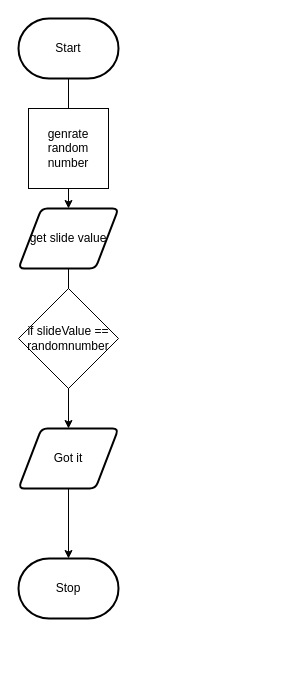
Before: design/flow-chart.drawio in brennan-lee/ICS2O-Unit5-01-HTML-Slider, a draw.io diagram. Source tidied: cells renumbered, new cells numbered last; positions are measured from the earlier drawing's top-left corner, leaving out a move shared by most shapes. Both pictures are drawn from the tidied source at 100%, with x=0, y=0 at pixel (18, 18).
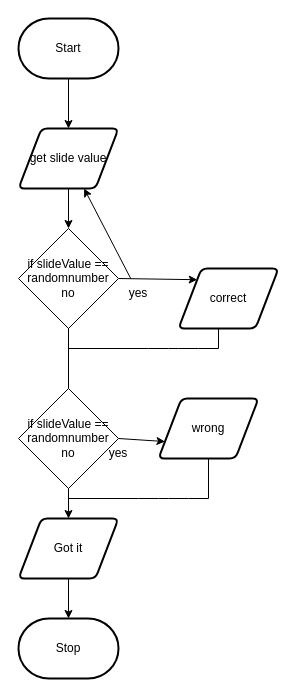
Above is the later version.

Commit message:
flow charttt

Diff of the diagram source:
```diff
@@
-    <mxCell id="4" style="edgeStyle=none;html=1;entryX=0.5;entryY=0;entryDx=0;entryDy=0;" parent="1" edge="1" source="5" target="7">
-      <mxGeometry relative="1" as="geometry" />
-    </mxCell>
+    <mxCell id="11" style="edgeStyle=none;html=1;entryX=0.5;entryY=0;entryDx=0;entryDy=0;" parent="1" edge="1" source="5" target="10">
+      <mxGeometry relative="1" as="geometry" />
+    </mxCell>
     <mxCell id="5" value="get slide value" style="shape=parallelogram;html=1;strokeWidth=2;perimeter=parallelogramPerimeter;whiteSpace=wrap;rounded=1;arcSize=12;size=0.23;" parent="1" vertex="1">
-      <mxGeometry y="190" width="100" height="60" as="geometry" />
+      <mxGeometry y="110" width="100" height="60" as="geometry" />
     </mxCell>
@@
     <mxCell id="7" value="Got it" style="shape=parallelogram;html=1;strokeWidth=2;perimeter=parallelogramPerimeter;whiteSpace=wrap;rounded=1;arcSize=12;size=0.23;" parent="1" vertex="1">
-      <mxGeometry y="410" width="100" height="60" as="geometry" />
+      <mxGeometry y="500" width="100" height="60" as="geometry" />
     </mxCell>
     <mxCell id="8" value="Stop" style="strokeWidth=2;html=1;shape=mxgraph.flowchart.terminator;whiteSpace=wrap;" parent="1" vertex="1">
-      <mxGeometry y="540" width="100" height="60" as="geometry" />
+      <mxGeometry y="600" width="100" height="60" as="geometry" />
     </mxCell>
-    <mxCell id="9" value="genrate random number" style="whiteSpace=wrap;html=1;" parent="1" vertex="1">
-      <mxGeometry x="10" y="90" width="80" height="80" as="geometry" />
-    </mxCell>
+    <mxCell id="12" style="edgeStyle=none;html=1;entryX=0.5;entryY=0;entryDx=0;entryDy=0;startArrow=none;" parent="1" edge="1" source="19" target="7">
+      <mxGeometry relative="1" as="geometry" />
+    </mxCell>
+    <mxCell id="13" style="edgeStyle=none;html=1;exitX=1;exitY=0.5;exitDx=0;exitDy=0;entryX=0;entryY=0;entryDx=0;entryDy=0;" parent="1" edge="1" source="10" target="16">
+      <mxGeometry relative="1" as="geometry" />
+    </mxCell>
-    <mxCell id="10" value="if slideValue == randomnumber" style="rhombus;whiteSpace=wrap;html=1;" parent="1" vertex="1">
-      <mxGeometry y="270" width="100" height="100" as="geometry" />
+    <mxCell id="10" value="if slideValue == randomnumber&lt;br&gt;no" style="rhombus;whiteSpace=wrap;html=1;" parent="1" vertex="1">
+      <mxGeometry y="210" width="100" height="100" as="geometry" />
     </mxCell>
+    <mxCell id="14" style="edgeStyle=none;html=1;" parent="1" edge="1" source="15" target="5">
+      <mxGeometry relative="1" as="geometry" />
+    </mxCell>
+    <mxCell id="15" value="yes" style="text;html=1;strokeColor=none;fillColor=none;align=center;verticalAlign=middle;whiteSpace=wrap;rounded=0;" parent="1" vertex="1">
+      <mxGeometry x="90" y="260" width="60" height="30" as="geometry" />
+    </mxCell>
+    <mxCell id="16" value="correct" style="shape=parallelogram;html=1;strokeWidth=2;perimeter=parallelogramPerimeter;whiteSpace=wrap;rounded=1;arcSize=12;size=0.23;" parent="1" vertex="1">
+      <mxGeometry x="160" y="250" width="100" height="60" as="geometry" />
+    </mxCell>
+    <mxCell id="17" value="wrong" style="shape=parallelogram;html=1;strokeWidth=2;perimeter=parallelogramPerimeter;whiteSpace=wrap;rounded=1;arcSize=12;size=0.23;" parent="1" vertex="1">
+      <mxGeometry x="140" y="380" width="100" height="60" as="geometry" />
+    </mxCell>
+    <mxCell id="18" style="edgeStyle=none;html=1;exitX=1;exitY=0.5;exitDx=0;exitDy=0;entryX=0;entryY=0.75;entryDx=0;entryDy=0;" parent="1" edge="1" source="19" target="17">
+      <mxGeometry relative="1" as="geometry" />
+    </mxCell>
+    <mxCell id="19" value="if slideValue == randomnumber&lt;br&gt;no" style="rhombus;whiteSpace=wrap;html=1;" parent="1" vertex="1">
+      <mxGeometry y="370" width="100" height="100" as="geometry" />
+    </mxCell>
+    <mxCell id="20" style="edgeStyle=none;html=1;entryX=0.5;entryY=0;entryDx=0;entryDy=0;endArrow=none;" parent="1" edge="1" source="10" target="19">
+      <mxGeometry relative="1" as="geometry" />
+    </mxCell>
+    <mxCell id="21" style="endArrow=none;html=1;" parent="1" edge="1">
+      <mxGeometry relative="1" as="geometry">
+        <mxPoint x="190" y="480" as="sourcePoint" />
+        <mxPoint x="190" y="440" as="targetPoint" />
+      </mxGeometry>
+    </mxCell>
+    <mxCell id="22" style="endArrow=none;html=1;" parent="1" edge="1">
+      <mxGeometry relative="1" as="geometry">
+        <mxPoint x="200" y="330" as="sourcePoint" />
+        <mxPoint x="200" y="310" as="targetPoint" />
+      </mxGeometry>
+    </mxCell>
+    <mxCell id="23" style="endArrow=none;html=1;" parent="1" edge="1">
+      <mxGeometry relative="1" as="geometry">
+        <mxPoint x="190" y="480" as="sourcePoint" />
+        <mxPoint x="50" y="480" as="targetPoint" />
+        <Array as="points">
+          <mxPoint x="160" y="480" />
+          <mxPoint x="130" y="480" />
+        </Array>
+      </mxGeometry>
+    </mxCell>
+    <mxCell id="24" style="endArrow=none;html=1;" parent="1" edge="1">
+      <mxGeometry relative="1" as="geometry">
+        <mxPoint x="200" y="330" as="sourcePoint" />
+        <mxPoint x="50" y="330" as="targetPoint" />
+        <Array as="points">
+          <mxPoint x="170" y="330" />
+          <mxPoint x="140" y="330" />
+        </Array>
+      </mxGeometry>
+    </mxCell>
+    <mxCell id="25" value="yes" style="text;html=1;strokeColor=none;fillColor=none;align=center;verticalAlign=middle;whiteSpace=wrap;rounded=0;" parent="1" vertex="1">
+      <mxGeometry x="70" y="420" width="60" height="30" as="geometry" />
+    </mxCell>
```
